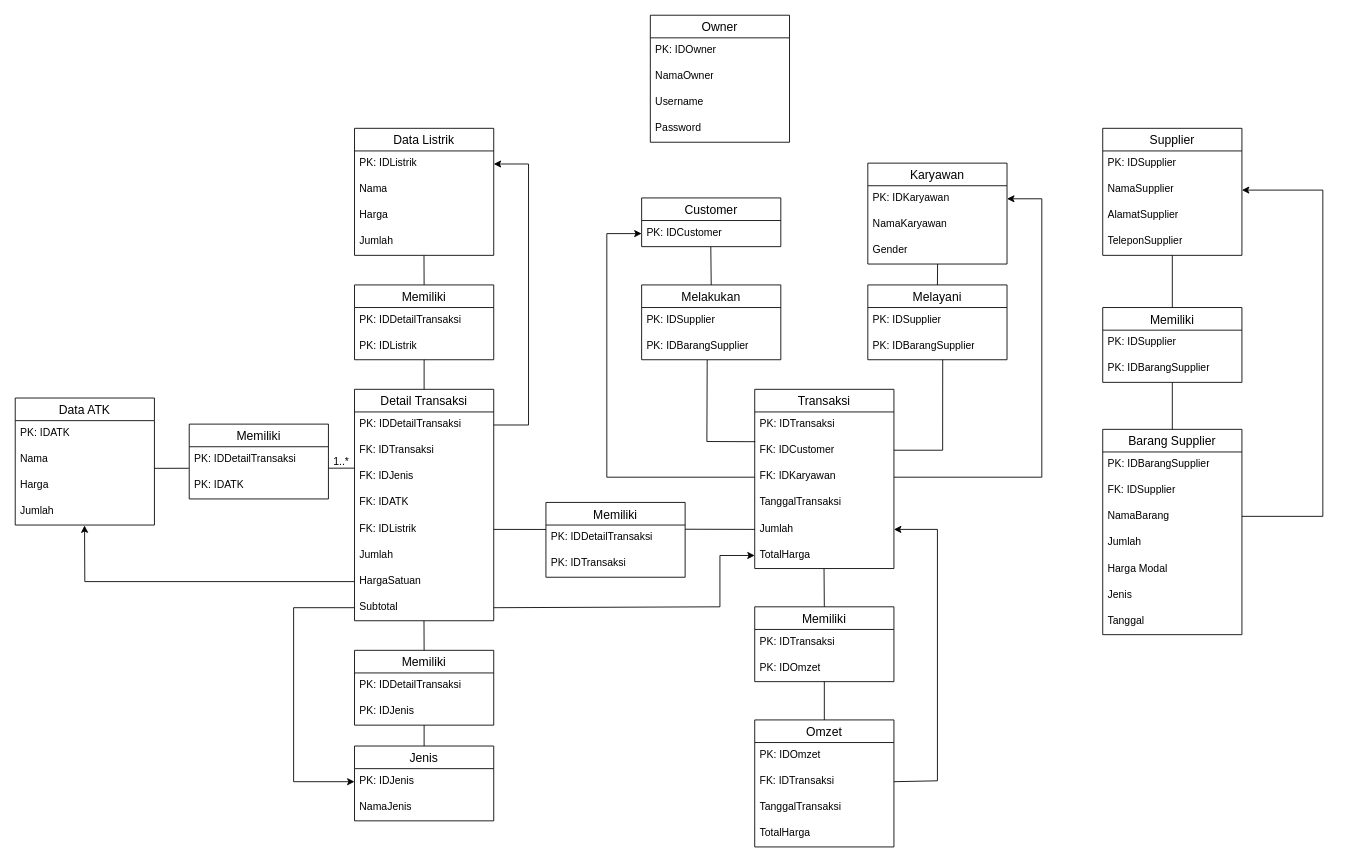
This is wahyulistrik.drawio from NCalvaretta/Lab-Algorithm-and-Programming, a draw.io file, before an edit. Source tidied: cells renumbered, new cells numbered last; positions are measured from the earlier drawing's top-left corner, leaving out a move shared by most shapes. Both pictures are drawn from the tidied source at 87%, with x=0, y=0 at pixel (15, 15).
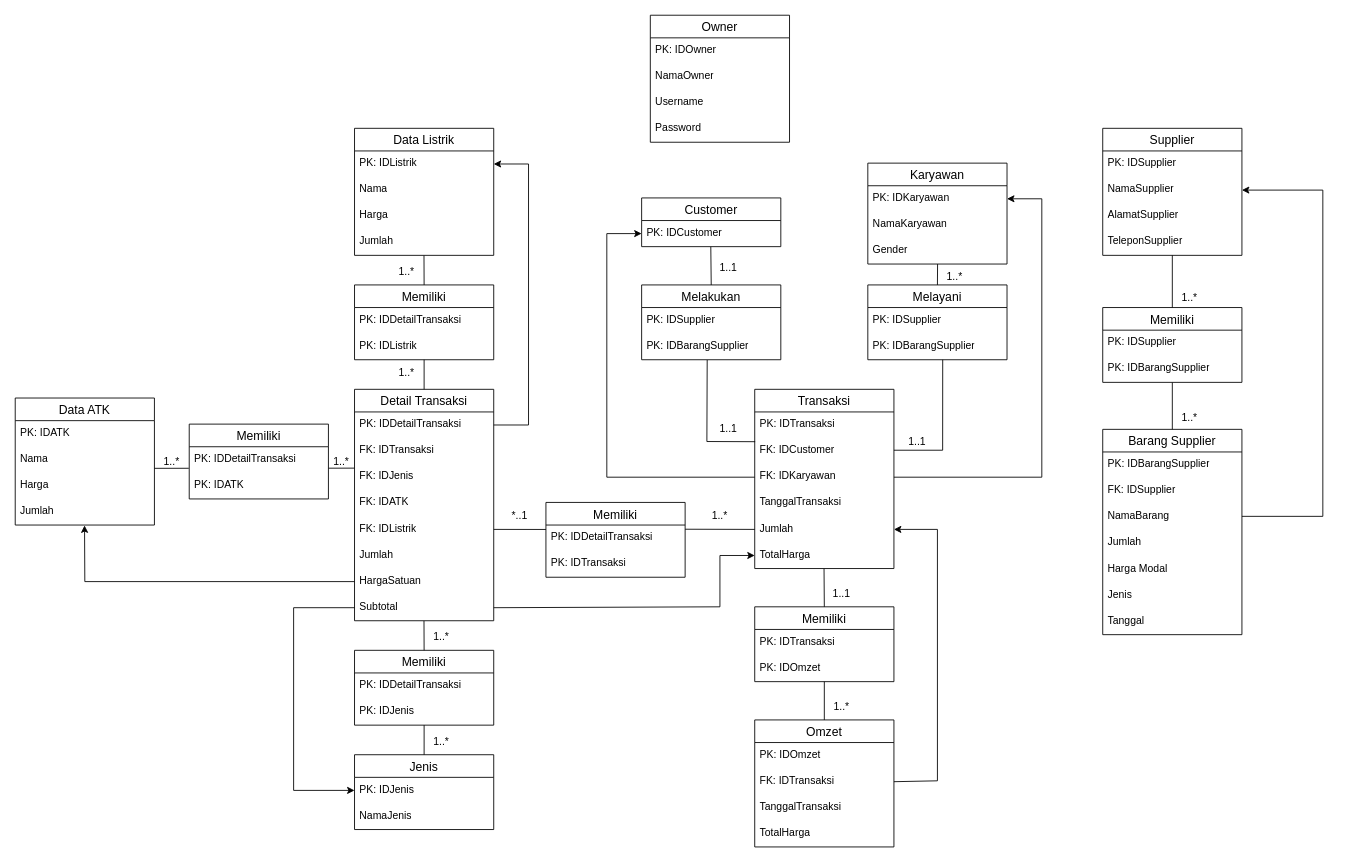
The same page after the edit.

Unchanged cells that the change refers to:
```xml
<mxCell id="3" value="PK: IDJenis" style="text;strokeColor=none;fillColor=none;spacingLeft=4;spacingRight=4;overflow=hidden;points=[[0,0.5],[1,0.5]];portConstraint=eastwest;fontSize=12;whiteSpace=wrap;html=1;" parent="2" vertex="1">
  <mxGeometry y="26" width="160" height="30" as="geometry" />
</mxCell>
<mxCell id="54" value="Subtotal" style="text;strokeColor=none;fillColor=none;spacingLeft=4;spacingRight=4;overflow=hidden;points=[[0,0.5],[1,0.5]];portConstraint=eastwest;fontSize=12;whiteSpace=wrap;html=1;" parent="46" vertex="1">
  <mxGeometry y="236" width="160" height="30" as="geometry" />
</mxCell>
```

What changed in the source:
```diff
@@
     <mxCell id="2" value="Jenis" style="swimlane;fontStyle=0;horizontal=1;startSize=26;align=center;fontSize=14;" parent="1" vertex="1">
-      <mxGeometry x="390" y="840" width="160" height="86" as="geometry" />
+      <mxGeometry x="390" y="850" width="160" height="86" as="geometry" />
     </mxCell>
@@
     <mxCell id="104" style="endArrow=classic;html=1;rounded=0;exitX=0;exitY=0.5;exitDx=0;exitDy=0;entryX=0;entryY=0.5;entryDx=0;entryDy=0;" parent="1" edge="1" source="54" target="3">
       <mxGeometry relative="1" as="geometry">
         <Array as="points">
           <mxPoint x="320" y="681" />
-          <mxPoint x="320" y="881" />
+          <mxPoint x="320" y="891" />
         </Array>
       </mxGeometry>
     </mxCell>
@@
+    <mxCell id="109" value="1..*" style="text;html=1;align=center;verticalAlign=middle;whiteSpace=wrap;rounded=0;" parent="1" vertex="1">
+      <mxGeometry x="150" y="498" width="60" height="30" as="geometry" />
+    </mxCell>
+    <mxCell id="110" value="1..*" style="text;html=1;align=center;verticalAlign=middle;whiteSpace=wrap;rounded=0;" parent="1" vertex="1">
+      <mxGeometry x="420" y="396" width="60" height="30" as="geometry" />
+    </mxCell>
+    <mxCell id="111" value="1..*" style="text;html=1;align=center;verticalAlign=middle;whiteSpace=wrap;rounded=0;" parent="1" vertex="1">
+      <mxGeometry x="420" y="280" width="60" height="30" as="geometry" />
+    </mxCell>
+    <mxCell id="112" value="1..*" style="text;html=1;align=center;verticalAlign=middle;whiteSpace=wrap;rounded=0;" parent="1" vertex="1">
+      <mxGeometry x="460" y="700" width="60" height="30" as="geometry" />
+    </mxCell>
+    <mxCell id="113" value="1..*" style="text;html=1;align=center;verticalAlign=middle;whiteSpace=wrap;rounded=0;" parent="1" vertex="1">
+      <mxGeometry x="460" y="820" width="60" height="30" as="geometry" />
+    </mxCell>
+    <mxCell id="114" value="*..1" style="text;html=1;align=center;verticalAlign=middle;whiteSpace=wrap;rounded=0;" parent="1" vertex="1">
+      <mxGeometry x="550" y="560" width="60" height="30" as="geometry" />
+    </mxCell>
+    <mxCell id="115" value="1..*" style="text;html=1;align=center;verticalAlign=middle;whiteSpace=wrap;rounded=0;" parent="1" vertex="1">
+      <mxGeometry x="780" y="560" width="60" height="30" as="geometry" />
+    </mxCell>
+    <mxCell id="116" value="1..1" style="text;html=1;align=center;verticalAlign=middle;whiteSpace=wrap;rounded=0;" parent="1" vertex="1">
+      <mxGeometry x="790" y="460" width="60" height="30" as="geometry" />
+    </mxCell>
+    <mxCell id="117" value="1..1" style="text;html=1;align=center;verticalAlign=middle;whiteSpace=wrap;rounded=0;" parent="1" vertex="1">
+      <mxGeometry x="790" y="276" width="60" height="30" as="geometry" />
+    </mxCell>
+    <mxCell id="118" value="1..*" style="text;html=1;align=center;verticalAlign=middle;whiteSpace=wrap;rounded=0;" parent="1" vertex="1">
+      <mxGeometry x="920" y="780" width="60" height="30" as="geometry" />
+    </mxCell>
+    <mxCell id="119" value="1..1" style="text;html=1;align=center;verticalAlign=middle;whiteSpace=wrap;rounded=0;" parent="1" vertex="1">
+      <mxGeometry x="920" y="650" width="60" height="30" as="geometry" />
+    </mxCell>
+    <mxCell id="120" value="1..*" style="text;html=1;align=center;verticalAlign=middle;whiteSpace=wrap;rounded=0;" parent="1" vertex="1">
+      <mxGeometry x="1050" y="286" width="60" height="30" as="geometry" />
+    </mxCell>
+    <mxCell id="121" value="1..1" style="text;html=1;align=center;verticalAlign=middle;whiteSpace=wrap;rounded=0;" parent="1" vertex="1">
+      <mxGeometry x="1007" y="476" width="60" height="30" as="geometry" />
+    </mxCell>
+    <mxCell id="122" value="1..*" style="text;html=1;align=center;verticalAlign=middle;whiteSpace=wrap;rounded=0;" parent="1" vertex="1">
+      <mxGeometry x="1320" y="310" width="60" height="30" as="geometry" />
+    </mxCell>
+    <mxCell id="123" value="1..*" style="text;html=1;align=center;verticalAlign=middle;whiteSpace=wrap;rounded=0;" parent="1" vertex="1">
+      <mxGeometry x="1320" y="448" width="60" height="30" as="geometry" />
+    </mxCell>
```
